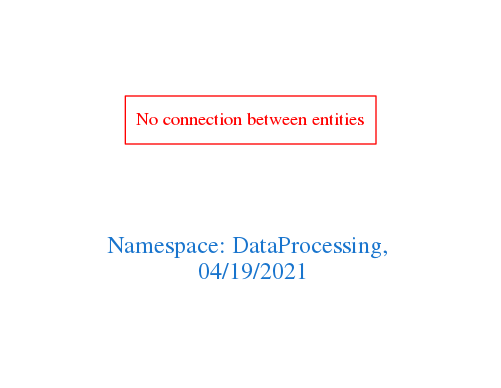
The Graphviz diagram downloads/DataProcessing.png in arago/OGIT, before a commit. Its source is kept beside it as downloads/DataProcessing.dot.
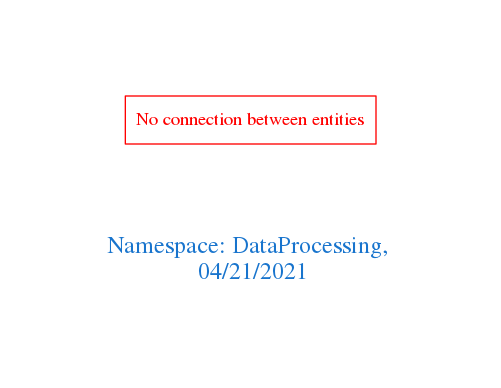
The same file after the commit.

The edit, as a diff of the source:
```diff
@@ -1,7 +1,7 @@
 digraph OGIT_ontology {
  graph [ rankdir= LR,pad=1
 fontsize = 18,
-fontcolor= dodgerblue3,label = "\n\n\nNamespace: DataProcessing, \n 04/19/2021"];
+fontcolor= dodgerblue3,label = "\n\n\nNamespace: DataProcessing, \n 04/21/2021"];
 node[shape=polygon];
 edge [  color="gray81"];
 
```
